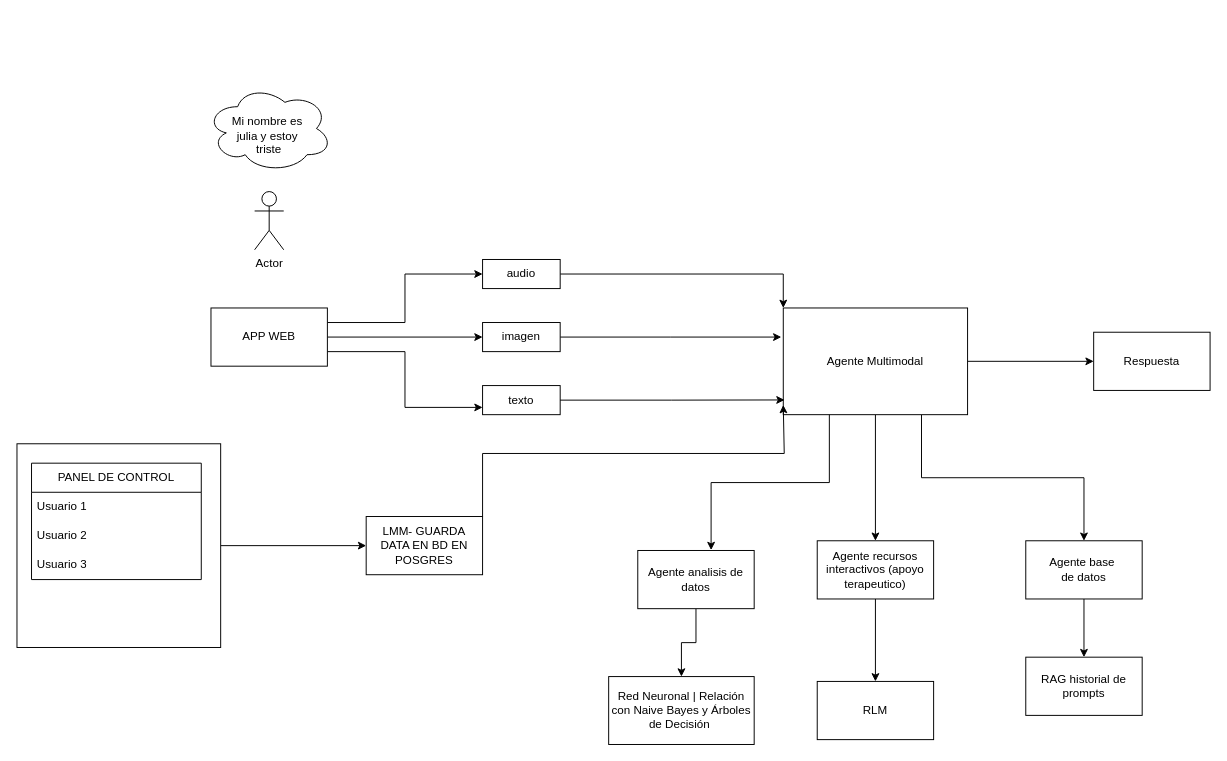
This is Diagrama sin título.drawio from LIZGRICAS/Almabot, a draw.io file, before an edit. Source tidied: cells renumbered, new cells numbered last; positions are measured from the earlier drawing's top-left corner, leaving out a move shared by most shapes. Both pictures are drawn from the tidied source at 97%, with x=0, y=0 at pixel (16, 84).
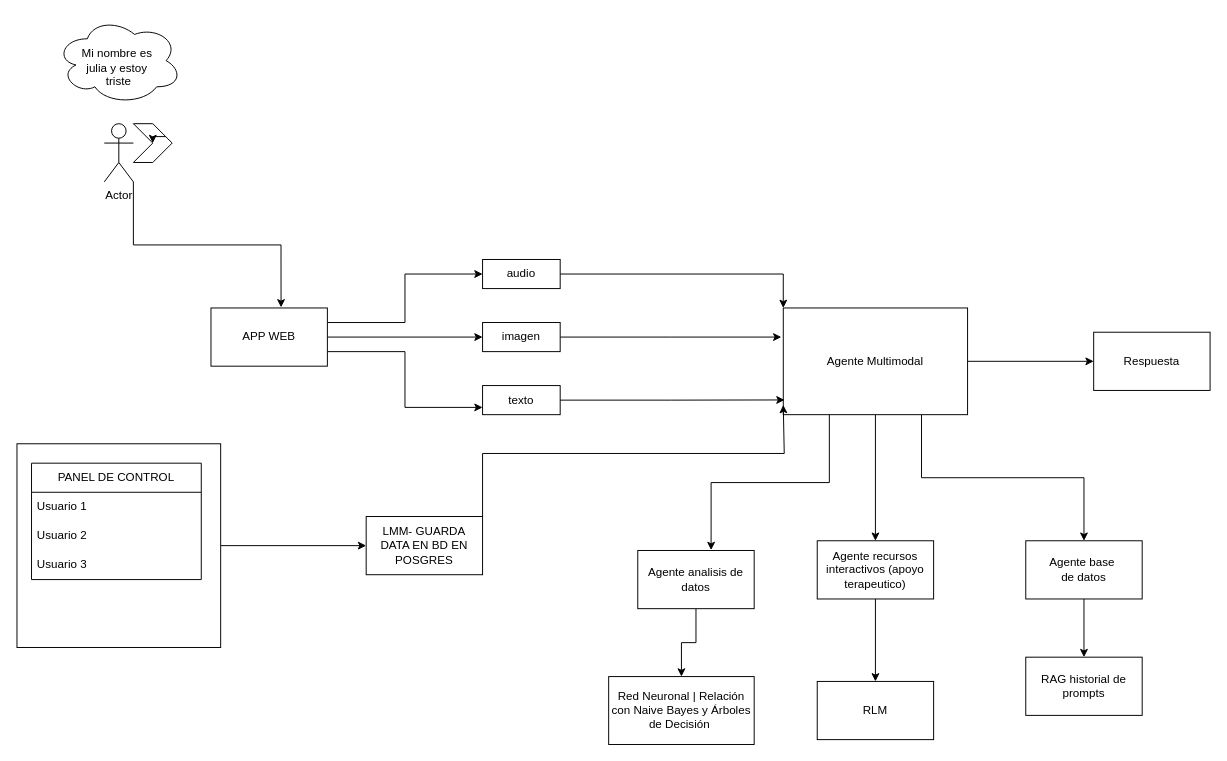
Above is the later version.

The change refers to these unchanged cells:
```xml
<mxCell id="15" value="APP WEB" style="rounded=0;whiteSpace=wrap;html=1;" parent="1" vertex="1">
  <mxGeometry x="200" y="230" width="120" height="60" as="geometry" />
</mxCell>
```

What changed in the source:
```diff
@@
     <mxCell id="27" value="Actor" style="shape=umlActor;verticalLabelPosition=bottom;verticalAlign=top;html=1;outlineConnect=0;" parent="1" vertex="1">
-      <mxGeometry x="245" y="110" width="30" height="60" as="geometry" />
+      <mxGeometry x="90" y="40" width="30" height="60" as="geometry" />
     </mxCell>
     <mxCell id="28" value="&lt;div&gt;&lt;br&gt;&lt;/div&gt;Mi nombre es&amp;nbsp;&lt;div&gt;julia y estoy&amp;nbsp;&lt;/div&gt;&lt;div&gt;triste&lt;/div&gt;" style="ellipse;shape=cloud;whiteSpace=wrap;html=1;" parent="1" vertex="1">
-      <mxGeometry x="195" width="130" height="90" as="geometry" />
+      <mxGeometry x="40" y="-70" width="130" height="90" as="geometry" />
     </mxCell>
@@
+    <mxCell id="38" style="edgeStyle=orthogonalEdgeStyle;rounded=0;jettySize=auto;html=1;exitX=1;exitY=1;exitDx=0;exitDy=0;exitPerimeter=0;entryX=0.602;entryY=-0.01;entryDx=0;entryDy=0;entryPerimeter=0;" parent="1" edge="1" source="27" target="15">
+      <mxGeometry relative="1" as="geometry" />
+    </mxCell>
+    <mxCell id="39" style="shape=step;perimeter=stepPerimeter;whiteSpace=wrap;html=1;fixedSize=1;" parent="1" vertex="1">
+      <mxGeometry x="120" y="40" width="40" height="40" as="geometry" />
+    </mxCell>
+    <mxCell id="40" style="edgeStyle=orthogonalEdgeStyle;rounded=0;orthogonalLoop=1;jettySize=auto;html=1;exitX=1;exitY=0.25;exitDx=0;exitDy=0;entryX=0;entryY=0.25;entryDx=0;entryDy=0;" parent="1" edge="1" source="39" target="39">
+      <mxGeometry relative="1" as="geometry" />
+    </mxCell>
```
